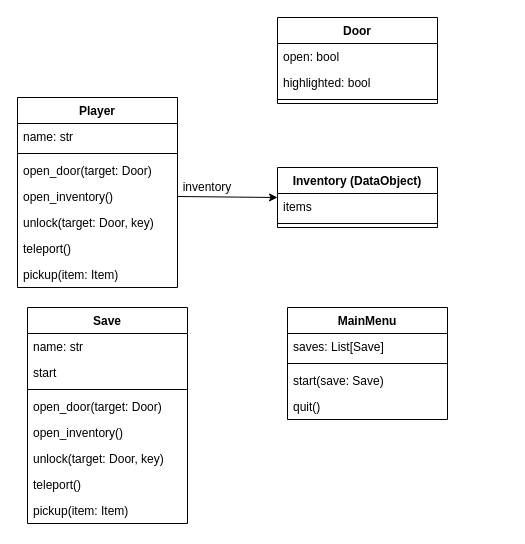
birdboiboi/No_Longer_Human keeps this draw.io diagram as page "User Interface" (2 of 2) of NoLongerHuman.drawio. Above is the earlier version. Source tidied: cells renumbered, new cells numbered last; positions are measured from the earlier drawing's top-left corner, leaving out a move shared by most shapes. Both pictures are drawn from the tidied source at 100%, with x=0, y=0 at pixel (17, 17).
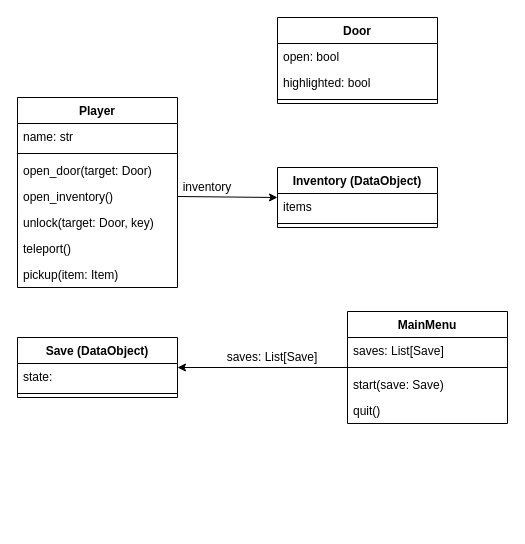
The same diagram, later.

Diff of the diagram source:
```diff
@@
     <mxCell id="17" value="MainMenu" style="swimlane;fontStyle=1;align=center;verticalAlign=top;horizontal=1;startSize=26;" parent="1" vertex="1">
-      <mxGeometry x="270" y="290" width="160" height="112" as="geometry" />
+      <mxGeometry x="330" y="294" width="160" height="112" as="geometry" />
     </mxCell>
@@
-    <mxCell id="24" value="Save" style="swimlane;fontStyle=1;align=center;verticalAlign=top;horizontal=1;startSize=26;" parent="1" vertex="1">
-      <mxGeometry x="10" y="290" width="160" height="216" as="geometry" />
+    <mxCell id="24" value="Save (DataObject)" style="swimlane;fontStyle=1;align=center;verticalAlign=top;horizontal=1;startSize=26;" parent="1" vertex="1">
+      <mxGeometry y="320" width="160" height="60" as="geometry" />
     </mxCell>
-    <mxCell id="25" value="name: str" style="text;strokeColor=none;fillColor=none;align=left;verticalAlign=top;spacingLeft=4;spacingRight=4;overflow=hidden;" parent="24" vertex="1">
+    <mxCell id="25" value="state: " style="text;strokeColor=none;fillColor=none;align=left;verticalAlign=top;spacingLeft=4;spacingRight=4;overflow=hidden;" parent="24" vertex="1">
       <mxGeometry y="26" width="160" height="26" as="geometry" />
     </mxCell>
-    <mxCell id="26" value="start" style="text;strokeColor=none;fillColor=none;align=left;verticalAlign=top;spacingLeft=4;spacingRight=4;overflow=hidden;" parent="24" vertex="1">
-      <mxGeometry y="52" width="160" height="26" as="geometry" />
-    </mxCell>
     <mxCell id="27" style="line;strokeWidth=1;fillColor=none;align=left;verticalAlign=middle;spacingTop=-1;spacingLeft=3;spacingRight=3;labelPosition=right;" parent="24" vertex="1">
-      <mxGeometry y="78" width="160" height="8" as="geometry" />
+      <mxGeometry y="52" width="160" height="8" as="geometry" />
     </mxCell>
-    <mxCell id="28" value="open_door(target: Door)" style="text;strokeColor=none;fillColor=none;align=left;verticalAlign=top;spacingLeft=4;spacingRight=4;overflow=hidden;" parent="24" vertex="1">
-      <mxGeometry y="86" width="160" height="26" as="geometry" />
-    </mxCell>
-    <mxCell id="29" value="open_inventory()" style="text;strokeColor=none;fillColor=none;align=left;verticalAlign=top;spacingLeft=4;spacingRight=4;overflow=hidden;" parent="24" vertex="1">
-      <mxGeometry y="112" width="160" height="26" as="geometry" />
-    </mxCell>
-    <mxCell id="30" value="unlock(target: Door, key)" style="text;strokeColor=none;fillColor=none;align=left;verticalAlign=top;spacingLeft=4;spacingRight=4;overflow=hidden;" parent="24" vertex="1">
-      <mxGeometry y="138" width="160" height="26" as="geometry" />
-    </mxCell>
-    <mxCell id="31" value="teleport()" style="text;strokeColor=none;fillColor=none;align=left;verticalAlign=top;spacingLeft=4;spacingRight=4;overflow=hidden;" parent="24" vertex="1">
-      <mxGeometry y="164" width="160" height="26" as="geometry" />
-    </mxCell>
-    <mxCell id="32" value="pickup(item: Item)" style="text;strokeColor=none;fillColor=none;align=left;verticalAlign=top;spacingLeft=4;spacingRight=4;overflow=hidden;" parent="24" vertex="1">
-      <mxGeometry y="190" width="160" height="26" as="geometry" />
-    </mxCell>
+    <mxCell id="33" style="endArrow=classic;html=1;" parent="1" edge="1" source="17" target="24">
+      <mxGeometry relative="1" as="geometry" />
+    </mxCell>
+    <mxCell id="34" value="saves: List[Save]" style="text;html=1;strokeColor=none;fillColor=none;align=center;verticalAlign=middle;whiteSpace=wrap;rounded=0;" parent="1" vertex="1">
+      <mxGeometry x="200" y="320" width="110" height="40" as="geometry" />
+    </mxCell>
```
